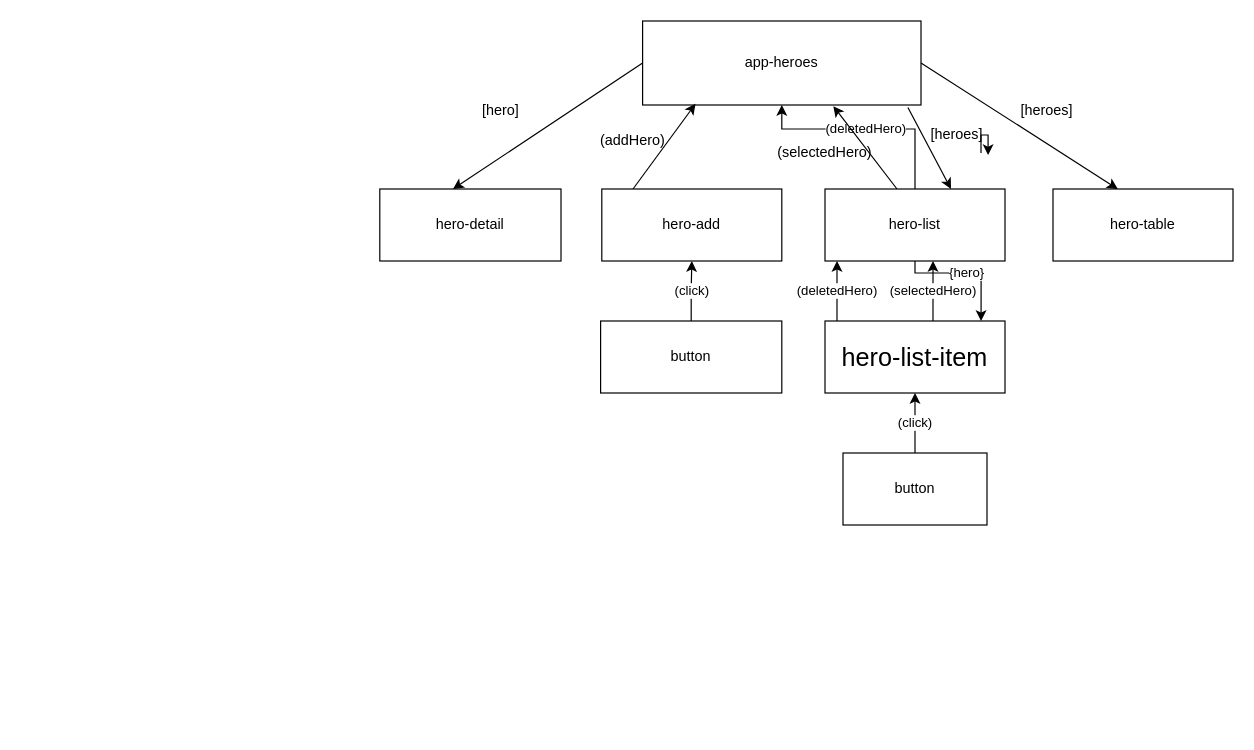
Earlier version of the draw.io diagram Untitled Diagram.drawio (jirovick/asp1). Source tidied: cells renumbered, new cells numbered last; positions are measured from the earlier drawing's top-left corner, leaving out a move shared by most shapes. Both pictures are drawn from the tidied source at 120%, with x=0, y=0 at pixel (379, 20).
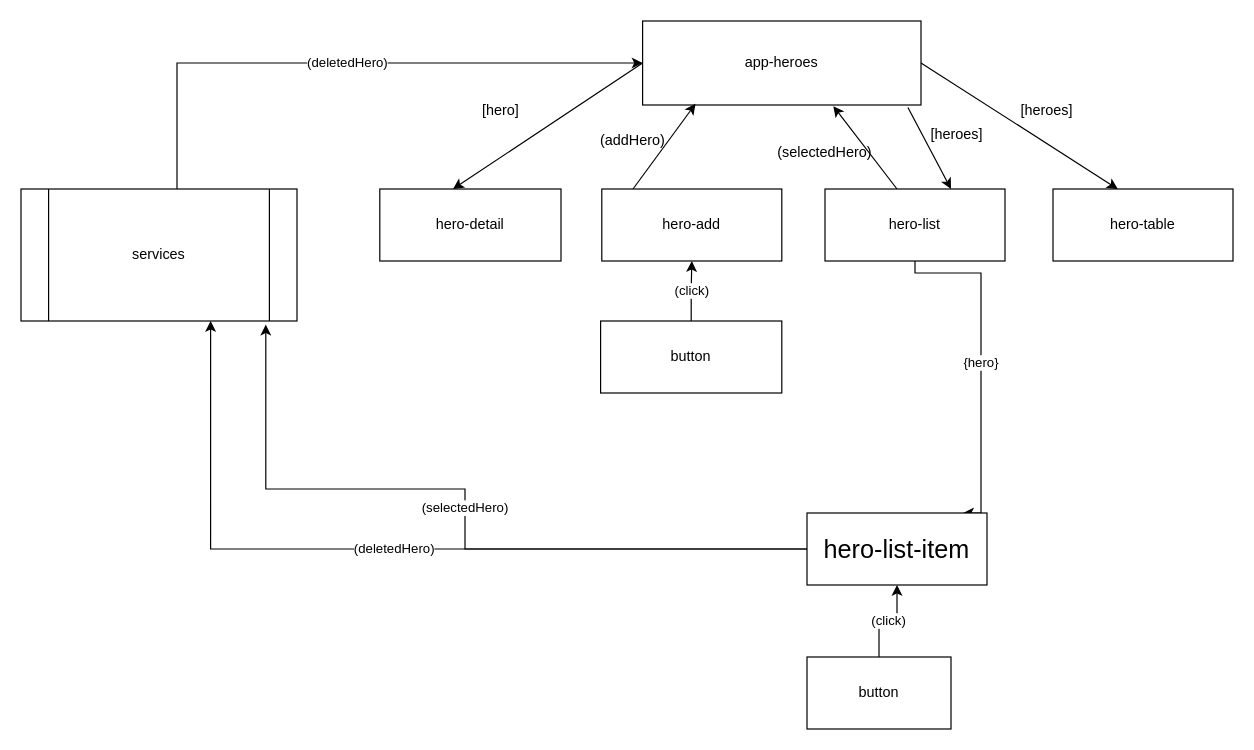
The same diagram, later.

Unchanged cells that the change refers to:
```xml
<mxCell id="2" value="app-heroes" style="rounded=0;whiteSpace=wrap;html=1;" parent="1" vertex="1">
  <mxGeometry x="219" width="232" height="70" as="geometry" />
</mxCell>
<mxCell id="7" value="hero-list" style="rounded=0;whiteSpace=wrap;html=1;" parent="1" vertex="1">
  <mxGeometry x="371" y="140" width="150" height="60" as="geometry" />
</mxCell>
<mxCell id="15" value="[heroes]" style="text;html=1;strokeColor=none;fillColor=none;align=center;verticalAlign=middle;whiteSpace=wrap;rounded=0;" parent="1" vertex="1">
  <mxGeometry x="441" y="80" width="80" height="30" as="geometry" />
</mxCell>
```

The edit, as a diff of the source:
```diff
@@
-    <mxCell id="5" value="(deletedHero)" style="edgeStyle=orthogonalEdgeStyle;rounded=0;jettySize=auto;html=1;" parent="1" edge="1" source="7" target="2">
+    <mxCell id="5" value="(deletedHero)" style="edgeStyle=orthogonalEdgeStyle;rounded=0;jettySize=auto;html=1;" parent="1" edge="1" source="27" target="2">
       <mxGeometry relative="1" as="geometry">
         <Array as="points">
-          <mxPoint x="446" y="90" />
-          <mxPoint x="335" y="90" />
+          <mxPoint x="-169" y="35" />
         </Array>
       </mxGeometry>
     </mxCell>
@@
-    <mxCell id="19" value="(deletedHero)" style="edgeStyle=orthogonalEdgeStyle;rounded=0;jettySize=auto;html=1;" parent="1" edge="1" source="21" target="7">
+    <mxCell id="19" value="(deletedHero)" style="edgeStyle=orthogonalEdgeStyle;rounded=0;jettySize=auto;html=1;entryX=0.687;entryY=1;entryDx=0;entryDy=0;entryPerimeter=0;" parent="1" edge="1" source="21" target="27">
       <mxGeometry relative="1" as="geometry">
         <Array as="points">
-          <mxPoint x="381" y="230" />
-          <mxPoint x="381" y="230" />
+          <mxPoint x="-141" y="440" />
         </Array>
       </mxGeometry>
     </mxCell>
-    <mxCell id="20" value="(selectedHero)" style="edgeStyle=orthogonalEdgeStyle;rounded=0;jettySize=auto;html=1;" parent="1" edge="1" source="21" target="7">
+    <mxCell id="20" value="(selectedHero)" style="edgeStyle=orthogonalEdgeStyle;rounded=0;jettySize=auto;html=1;entryX=0.887;entryY=1.027;entryDx=0;entryDy=0;entryPerimeter=0;" parent="1" edge="1" source="21" target="27">
       <mxGeometry relative="1" as="geometry">
         <Array as="points">
-          <mxPoint x="461" y="220" />
-          <mxPoint x="461" y="220" />
+          <mxPoint x="71" y="440" />
+          <mxPoint x="71" y="390" />
+          <mxPoint x="-95" y="390" />
         </Array>
       </mxGeometry>
     </mxCell>
     <mxCell id="21" value="&lt;font style=&quot;font-size: 21px&quot;&gt;hero-list-item&lt;/font&gt;" style="rounded=0;whiteSpace=wrap;html=1;" parent="1" vertex="1">
-      <mxGeometry x="371" y="250" width="150" height="60" as="geometry" />
+      <mxGeometry x="356" y="410" width="150" height="60" as="geometry" />
     </mxCell>
@@
-    <mxCell id="24" style="edgeStyle=orthogonalEdgeStyle;rounded=0;orthogonalLoop=1;jettySize=auto;html=1;exitX=0.75;exitY=1;exitDx=0;exitDy=0;entryX=0.824;entryY=1.059;entryDx=0;entryDy=0;entryPerimeter=0;" parent="1" edge="1" source="15" target="15">
-      <mxGeometry relative="1" as="geometry">
-        <Array as="points">
-          <mxPoint x="501" y="95" />
-          <mxPoint x="507" y="95" />
-        </Array>
-      </mxGeometry>
-    </mxCell>
@@
     <mxCell id="26" value="button" style="rounded=0;whiteSpace=wrap;html=1;" parent="1" vertex="1">
-      <mxGeometry x="386" y="360" width="120" height="60" as="geometry" />
+      <mxGeometry x="356" y="530" width="120" height="60" as="geometry" />
     </mxCell>
+    <mxCell id="27" value="services&lt;br&gt;" style="shape=process;whiteSpace=wrap;html=1;backgroundOutline=1;" parent="1" vertex="1">
+      <mxGeometry x="-299" y="140" width="230" height="110" as="geometry" />
+    </mxCell>
```
